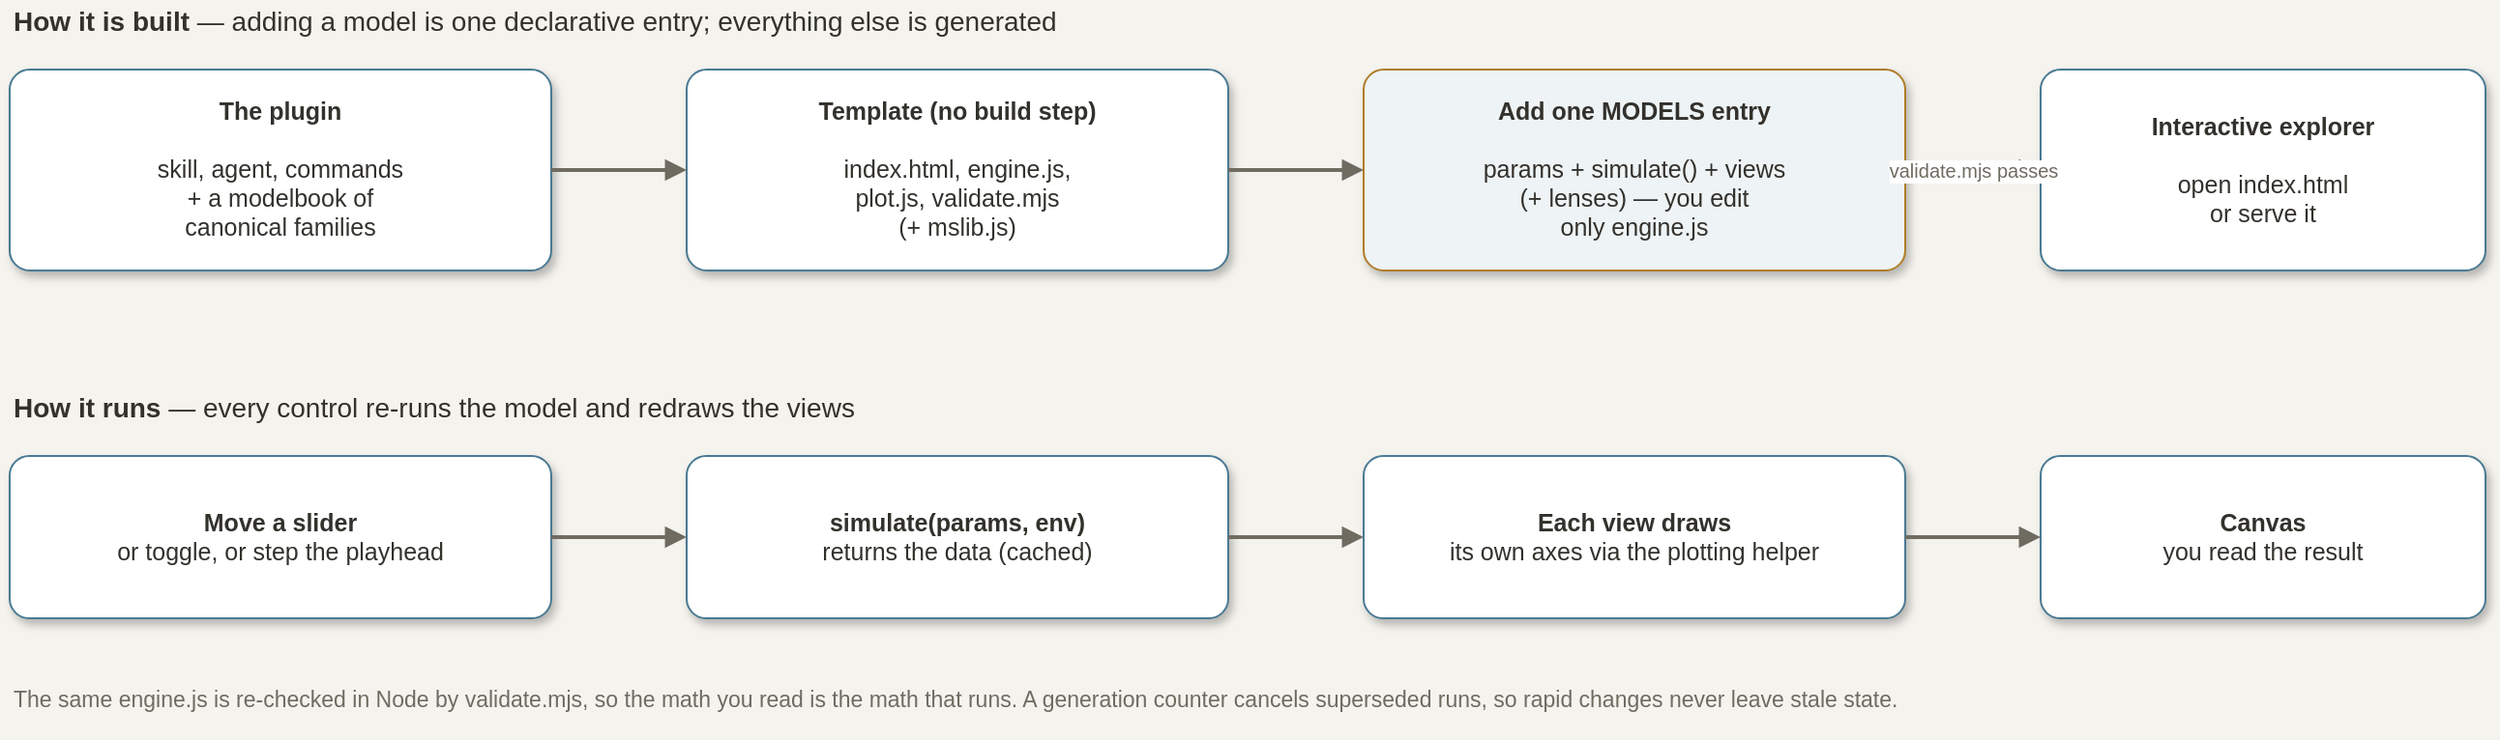
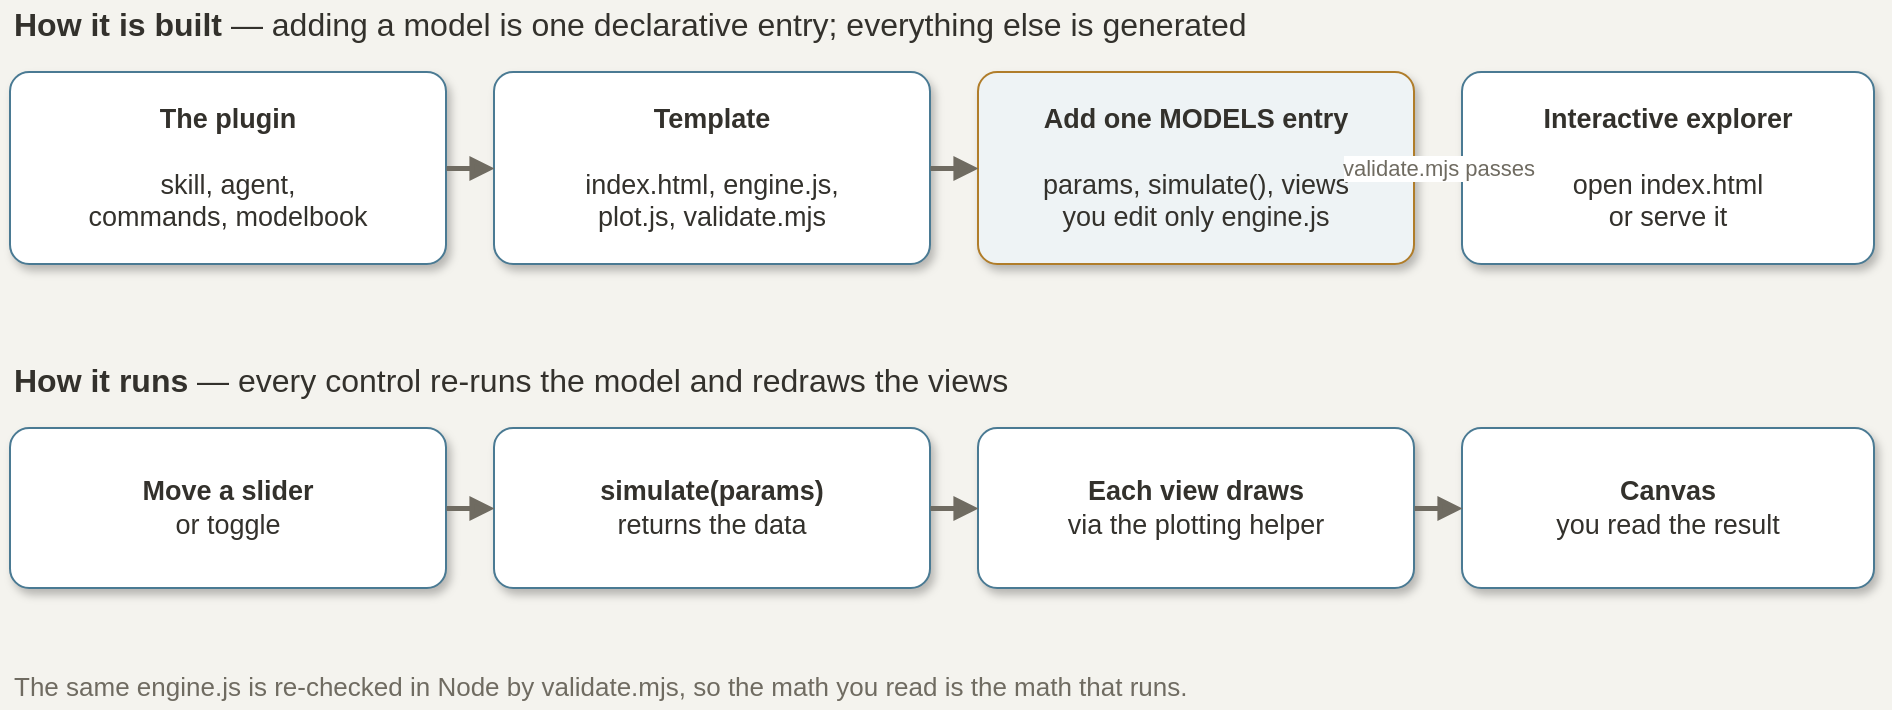
<mxfile host="model-scope">
  <diagram name="model-scope-architecture">
-     <mxGraphModel dx="980" dy="640" grid="0" gridSize="10" guides="1" tooltips="1" connect="1" arrows="1" fold="1" page="1" pageScale="1" pageWidth="1340" pageHeight="560" math="0" shadow="0" background="#f4f3ee">
+     <mxGraphModel dx="900" dy="600" grid="0" gridSize="10" guides="1" tooltips="1" connect="1" arrows="1" fold="1" page="1" pageScale="1" pageWidth="980" pageHeight="430" math="0" shadow="0" background="#f4f3ee">
      <root>
        <mxCell id="0"/>
        <mxCell id="1" parent="0"/>

-         <mxCell id="t1" value="&lt;b&gt;How it is built&lt;/b&gt;  —  adding a model is one declarative entry; everything else is generated" style="text;html=1;strokeColor=none;fillColor=none;align=left;verticalAlign=middle;fontSize=14;fontColor=#33312c;" vertex="1" parent="1"><mxGeometry x="30" y="20" width="1280" height="22" as="geometry"/></mxCell>
+         <mxCell id="t1" value="&lt;b&gt;How it is built&lt;/b&gt;  —  adding a model is one declarative entry; everything else is generated" style="text;html=1;strokeColor=none;fillColor=none;align=left;verticalAlign=middle;fontSize=16;fontColor=#33312c;" vertex="1" parent="1"><mxGeometry x="24" y="18" width="940" height="24" as="geometry"/></mxCell>

-         <mxCell id="b1" value="&lt;b&gt;The plugin&lt;/b&gt;&lt;br&gt;&lt;br&gt;skill, agent, commands&lt;br&gt;+ a modelbook of&lt;br&gt;canonical families" style="rounded=1;whiteSpace=wrap;html=1;arcSize=10;fillColor=#ffffff;strokeColor=#4a7a93;fontSize=12.5;fontColor=#33312c;align=center;verticalAlign=middle;shadow=1;" vertex="1" parent="1"><mxGeometry x="30" y="56" width="280" height="104" as="geometry"/></mxCell>
-         <mxCell id="b2" value="&lt;b&gt;Template (no build step)&lt;/b&gt;&lt;br&gt;&lt;br&gt;index.html, engine.js,&lt;br&gt;plot.js, validate.mjs&lt;br&gt;(+ mslib.js)" style="rounded=1;whiteSpace=wrap;html=1;arcSize=10;fillColor=#ffffff;strokeColor=#4a7a93;fontSize=12.5;fontColor=#33312c;align=center;verticalAlign=middle;shadow=1;" vertex="1" parent="1"><mxGeometry x="380" y="56" width="280" height="104" as="geometry"/></mxCell>
-         <mxCell id="b3" value="&lt;b&gt;Add one MODELS entry&lt;/b&gt;&lt;br&gt;&lt;br&gt;params + simulate() + views&lt;br&gt;(+ lenses) — you edit&lt;br&gt;only engine.js" style="rounded=1;whiteSpace=wrap;html=1;arcSize=10;fillColor=#eef3f5;strokeColor=#b07d2a;fontSize=12.5;fontColor=#33312c;align=center;verticalAlign=middle;shadow=1;" vertex="1" parent="1"><mxGeometry x="730" y="56" width="280" height="104" as="geometry"/></mxCell>
-         <mxCell id="b4" value="&lt;b&gt;Interactive explorer&lt;/b&gt;&lt;br&gt;&lt;br&gt;open index.html&lt;br&gt;or serve it" style="rounded=1;whiteSpace=wrap;html=1;arcSize=10;fillColor=#ffffff;strokeColor=#4a7a93;fontSize=12.5;fontColor=#33312c;align=center;verticalAlign=middle;shadow=1;" vertex="1" parent="1"><mxGeometry x="1080" y="56" width="230" height="104" as="geometry"/></mxCell>
-         <mxCell id="e1" style="endArrow=block;html=1;rounded=1;strokeColor=#6f6b61;strokeWidth=2;" edge="1" parent="1" source="b1" target="b2"><mxGeometry relative="1" as="geometry"/></mxCell>
-         <mxCell id="e2" style="endArrow=block;html=1;rounded=1;strokeColor=#6f6b61;strokeWidth=2;" edge="1" parent="1" source="b2" target="b3"><mxGeometry relative="1" as="geometry"/></mxCell>
-         <mxCell id="e3" value="validate.mjs passes" style="endArrow=block;html=1;rounded=1;strokeColor=#6f6b61;strokeWidth=2;fontSize=10;fontColor=#6f6b61;" edge="1" parent="1" source="b3" target="b4"><mxGeometry relative="1" as="geometry"/></mxCell>
+         <mxCell id="b1" value="&lt;b&gt;The plugin&lt;/b&gt;&lt;br&gt;&lt;br&gt;skill, agent,&lt;br&gt;commands, modelbook" style="rounded=1;whiteSpace=wrap;html=1;arcSize=10;fillColor=#ffffff;strokeColor=#4a7a93;fontSize=13.5;fontColor=#33312c;align=center;verticalAlign=middle;shadow=1;" vertex="1" parent="1"><mxGeometry x="24" y="54" width="218" height="96" as="geometry"/></mxCell>
+         <mxCell id="b2" value="&lt;b&gt;Template&lt;/b&gt;&lt;br&gt;&lt;br&gt;index.html, engine.js,&lt;br&gt;plot.js, validate.mjs" style="rounded=1;whiteSpace=wrap;html=1;arcSize=10;fillColor=#ffffff;strokeColor=#4a7a93;fontSize=13.5;fontColor=#33312c;align=center;verticalAlign=middle;shadow=1;" vertex="1" parent="1"><mxGeometry x="266" y="54" width="218" height="96" as="geometry"/></mxCell>
+         <mxCell id="b3" value="&lt;b&gt;Add one MODELS entry&lt;/b&gt;&lt;br&gt;&lt;br&gt;params, simulate(), views&lt;br&gt;you edit only engine.js" style="rounded=1;whiteSpace=wrap;html=1;arcSize=10;fillColor=#eef3f5;strokeColor=#b07d2a;fontSize=13.5;fontColor=#33312c;align=center;verticalAlign=middle;shadow=1;" vertex="1" parent="1"><mxGeometry x="508" y="54" width="218" height="96" as="geometry"/></mxCell>
+         <mxCell id="b4" value="&lt;b&gt;Interactive explorer&lt;/b&gt;&lt;br&gt;&lt;br&gt;open index.html&lt;br&gt;or serve it" style="rounded=1;whiteSpace=wrap;html=1;arcSize=10;fillColor=#ffffff;strokeColor=#4a7a93;fontSize=13.5;fontColor=#33312c;align=center;verticalAlign=middle;shadow=1;" vertex="1" parent="1"><mxGeometry x="750" y="54" width="206" height="96" as="geometry"/></mxCell>
+         <mxCell id="e1" style="endArrow=block;html=1;rounded=1;strokeColor=#6f6b61;strokeWidth=2.5;" edge="1" parent="1" source="b1" target="b2"><mxGeometry relative="1" as="geometry"/></mxCell>
+         <mxCell id="e2" style="endArrow=block;html=1;rounded=1;strokeColor=#6f6b61;strokeWidth=2.5;" edge="1" parent="1" source="b2" target="b3"><mxGeometry relative="1" as="geometry"/></mxCell>
+         <mxCell id="e3" value="validate.mjs passes" style="endArrow=block;html=1;rounded=1;strokeColor=#6f6b61;strokeWidth=2.5;fontSize=11;fontColor=#6f6b61;" edge="1" parent="1" source="b3" target="b4"><mxGeometry relative="1" as="geometry"/></mxCell>

-         <mxCell id="t2" value="&lt;b&gt;How it runs&lt;/b&gt;  —  every control re-runs the model and redraws the views" style="text;html=1;strokeColor=none;fillColor=none;align=left;verticalAlign=middle;fontSize=14;fontColor=#33312c;" vertex="1" parent="1"><mxGeometry x="30" y="220" width="1280" height="22" as="geometry"/></mxCell>
+         <mxCell id="t2" value="&lt;b&gt;How it runs&lt;/b&gt;  —  every control re-runs the model and redraws the views" style="text;html=1;strokeColor=none;fillColor=none;align=left;verticalAlign=middle;fontSize=16;fontColor=#33312c;" vertex="1" parent="1"><mxGeometry x="24" y="196" width="940" height="24" as="geometry"/></mxCell>

-         <mxCell id="r1" value="&lt;b&gt;Move a slider&lt;/b&gt;&lt;br&gt;or toggle, or step the playhead" style="rounded=1;whiteSpace=wrap;html=1;arcSize=12;fillColor=#ffffff;strokeColor=#4a7a93;fontSize=12.5;fontColor=#33312c;align=center;verticalAlign=middle;shadow=1;" vertex="1" parent="1"><mxGeometry x="30" y="256" width="280" height="84" as="geometry"/></mxCell>
-         <mxCell id="r2" value="&lt;b&gt;simulate(params, env)&lt;/b&gt;&lt;br&gt;returns the data (cached)" style="rounded=1;whiteSpace=wrap;html=1;arcSize=12;fillColor=#ffffff;strokeColor=#4a7a93;fontSize=12.5;fontColor=#33312c;align=center;verticalAlign=middle;shadow=1;" vertex="1" parent="1"><mxGeometry x="380" y="256" width="280" height="84" as="geometry"/></mxCell>
-         <mxCell id="r3" value="&lt;b&gt;Each view draws&lt;/b&gt;&lt;br&gt;its own axes via the plotting helper" style="rounded=1;whiteSpace=wrap;html=1;arcSize=12;fillColor=#ffffff;strokeColor=#4a7a93;fontSize=12.5;fontColor=#33312c;align=center;verticalAlign=middle;shadow=1;" vertex="1" parent="1"><mxGeometry x="730" y="256" width="280" height="84" as="geometry"/></mxCell>
-         <mxCell id="r4" value="&lt;b&gt;Canvas&lt;/b&gt;&lt;br&gt;you read the result" style="rounded=1;whiteSpace=wrap;html=1;arcSize=12;fillColor=#ffffff;strokeColor=#4a7a93;fontSize=12.5;fontColor=#33312c;align=center;verticalAlign=middle;shadow=1;" vertex="1" parent="1"><mxGeometry x="1080" y="256" width="230" height="84" as="geometry"/></mxCell>
-         <mxCell id="re1" style="endArrow=block;html=1;rounded=1;strokeColor=#6f6b61;strokeWidth=2;" edge="1" parent="1" source="r1" target="r2"><mxGeometry relative="1" as="geometry"/></mxCell>
-         <mxCell id="re2" style="endArrow=block;html=1;rounded=1;strokeColor=#6f6b61;strokeWidth=2;" edge="1" parent="1" source="r2" target="r3"><mxGeometry relative="1" as="geometry"/></mxCell>
-         <mxCell id="re3" style="endArrow=block;html=1;rounded=1;strokeColor=#6f6b61;strokeWidth=2;" edge="1" parent="1" source="r3" target="r4"><mxGeometry relative="1" as="geometry"/></mxCell>
+         <mxCell id="r1" value="&lt;b&gt;Move a slider&lt;/b&gt;&lt;br&gt;or toggle" style="rounded=1;whiteSpace=wrap;html=1;arcSize=12;fillColor=#ffffff;strokeColor=#4a7a93;fontSize=13.5;fontColor=#33312c;align=center;verticalAlign=middle;shadow=1;" vertex="1" parent="1"><mxGeometry x="24" y="232" width="218" height="80" as="geometry"/></mxCell>
+         <mxCell id="r2" value="&lt;b&gt;simulate(params)&lt;/b&gt;&lt;br&gt;returns the data" style="rounded=1;whiteSpace=wrap;html=1;arcSize=12;fillColor=#ffffff;strokeColor=#4a7a93;fontSize=13.5;fontColor=#33312c;align=center;verticalAlign=middle;shadow=1;" vertex="1" parent="1"><mxGeometry x="266" y="232" width="218" height="80" as="geometry"/></mxCell>
+         <mxCell id="r3" value="&lt;b&gt;Each view draws&lt;/b&gt;&lt;br&gt;via the plotting helper" style="rounded=1;whiteSpace=wrap;html=1;arcSize=12;fillColor=#ffffff;strokeColor=#4a7a93;fontSize=13.5;fontColor=#33312c;align=center;verticalAlign=middle;shadow=1;" vertex="1" parent="1"><mxGeometry x="508" y="232" width="218" height="80" as="geometry"/></mxCell>
+         <mxCell id="r4" value="&lt;b&gt;Canvas&lt;/b&gt;&lt;br&gt;you read the result" style="rounded=1;whiteSpace=wrap;html=1;arcSize=12;fillColor=#ffffff;strokeColor=#4a7a93;fontSize=13.5;fontColor=#33312c;align=center;verticalAlign=middle;shadow=1;" vertex="1" parent="1"><mxGeometry x="750" y="232" width="206" height="80" as="geometry"/></mxCell>
+         <mxCell id="re1" style="endArrow=block;html=1;rounded=1;strokeColor=#6f6b61;strokeWidth=2.5;" edge="1" parent="1" source="r1" target="r2"><mxGeometry relative="1" as="geometry"/></mxCell>
+         <mxCell id="re2" style="endArrow=block;html=1;rounded=1;strokeColor=#6f6b61;strokeWidth=2.5;" edge="1" parent="1" source="r2" target="r3"><mxGeometry relative="1" as="geometry"/></mxCell>
+         <mxCell id="re3" style="endArrow=block;html=1;rounded=1;strokeColor=#6f6b61;strokeWidth=2.5;" edge="1" parent="1" source="r3" target="r4"><mxGeometry relative="1" as="geometry"/></mxCell>

-         <mxCell id="note" value="The same engine.js is re-checked in Node by validate.mjs, so the math you read is the math that runs. A generation counter cancels superseded runs, so rapid changes never leave stale state." style="text;html=1;strokeColor=none;fillColor=none;align=left;verticalAlign=middle;fontSize=11.5;fontColor=#6f6b61;" vertex="1" parent="1"><mxGeometry x="30" y="362" width="1280" height="40" as="geometry"/></mxCell>
+         <mxCell id="note" value="The same engine.js is re-checked in Node by validate.mjs, so the math you read is the math that runs." style="text;html=1;strokeColor=none;fillColor=none;align=left;verticalAlign=middle;fontSize=13;fontColor=#6f6b61;" vertex="1" parent="1"><mxGeometry x="24" y="350" width="940" height="22" as="geometry"/></mxCell>

      </root>
    </mxGraphModel>
  </diagram>
</mxfile>
